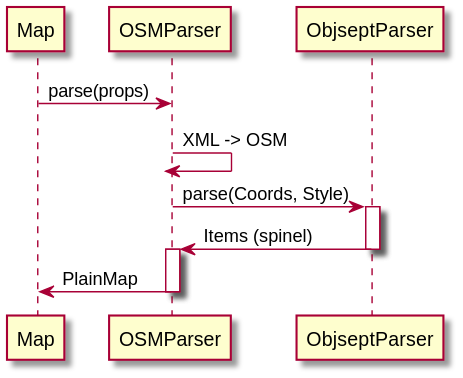
Before: doc/slideshow/medias/uml/dataBuildSequenceOSM.svg, a diagram exported from PlantUML (photonsquid/7map). Source of this version:
```plantuml
@startuml dataBuildSequenceOSM

Map -> OSMParser : parse(props)
OSMParser <-> OSMParser --++ : XML -> OSM

OSMParser -> ObjseptParser ++ : parse(Coords, Style)
OSMParser <- ObjseptParser -- : Items (spinel)

activate OSMParser
deactivate OSMParser
Map <- OSMParser -- : PlainMap

@enduml
```
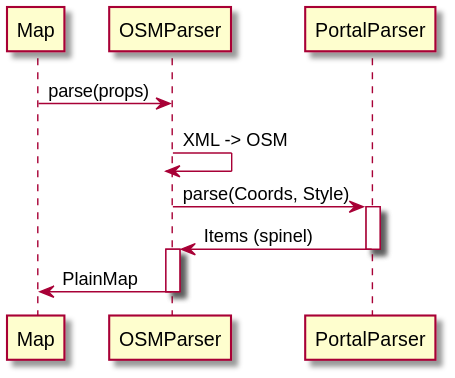
The same diagram one commit later.

What changed in the source:
```diff
@@ -3,8 +3,8 @@
 Map -> OSMParser : parse(props)
 OSMParser <-> OSMParser --++ : XML -> OSM
 
-OSMParser -> ObjseptParser ++ : parse(Coords, Style)
-OSMParser <- ObjseptParser -- : Items (spinel)
+OSMParser -> PortalParser ++ : parse(Coords, Style)
+OSMParser <- PortalParser -- : Items (spinel)
 
 activate OSMParser
 deactivate OSMParser
```
